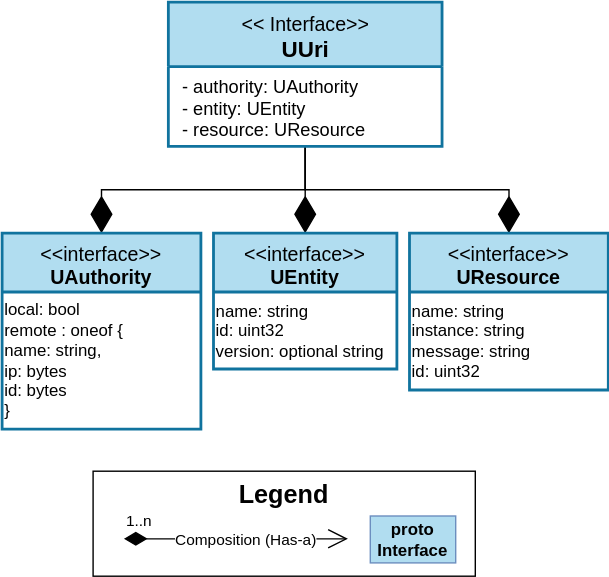
Before: basics/uuri.drawio.svg, a diagram exported from draw.io (eclipse-uprotocol/up-spec). Source tidied: cells renumbered, new cells last; positions are measured from the earlier drawing's top-left corner, leaving out a move shared by most shapes.
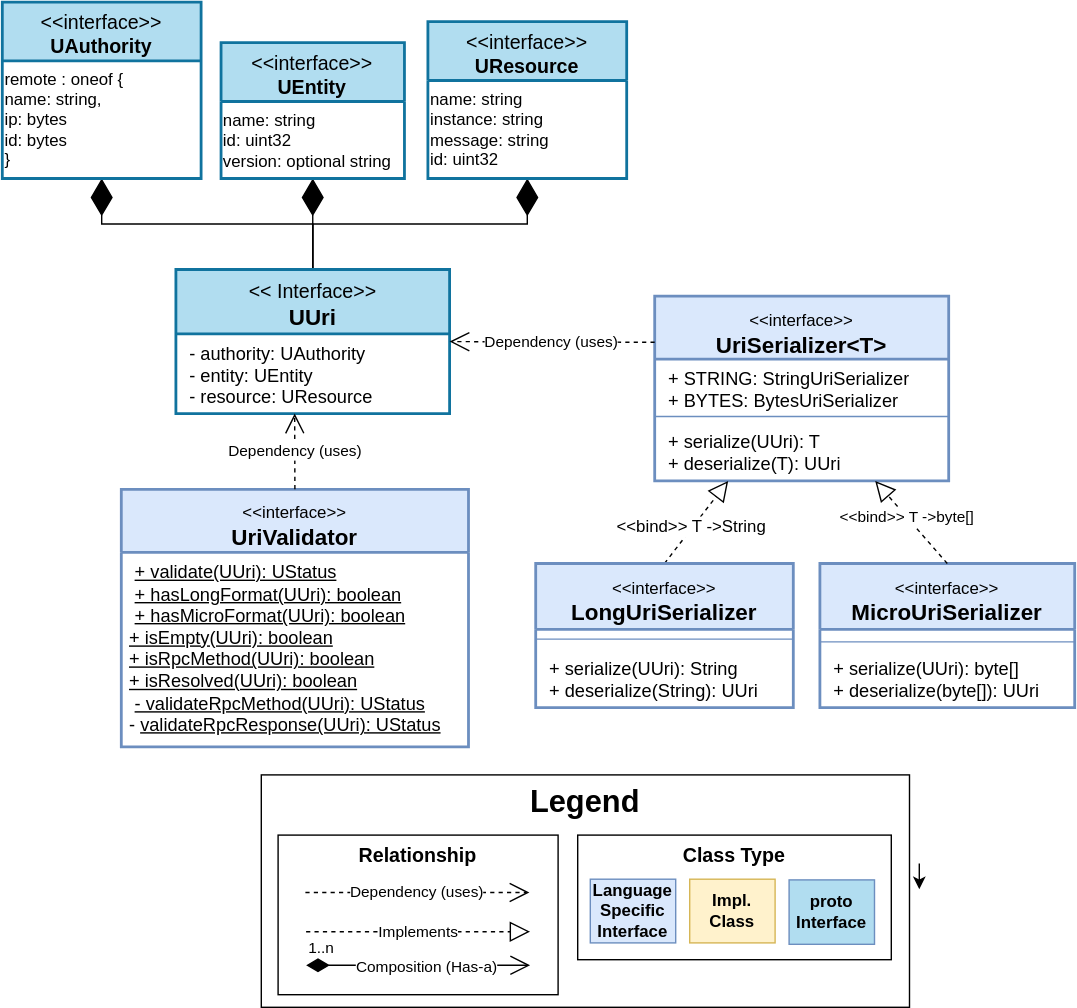
Later version of the same file.

Diff of the diagram source:
```diff
@@ -2,53 +2,137 @@
   <root>
     <mxCell id="0" />
     <mxCell id="1" parent="0" />
-    <mxCell id="2" value="&lt;b style=&quot;font-size: 18px;&quot;&gt;&lt;font style=&quot;font-size: 18px;&quot;&gt;Legend&lt;/font&gt;&lt;/b&gt;" style="rounded=0;whiteSpace=wrap;html=1;verticalAlign=top;fontSize=18;fontColor=#000000;fillColor=#FFFFFF;strokeColor=#000000;align=center;" parent="1" vertex="1">
-      <mxGeometry x="65" y="335" width="273" height="75" as="geometry" />
-    </mxCell>
-    <mxCell id="3" value="1..n" style="endArrow=open;html=1;endSize=12;startArrow=diamondThin;startSize=14;startFill=1;edgeStyle=orthogonalEdgeStyle;align=left;verticalAlign=bottom;rounded=0;fontColor=#000000;labelBackgroundColor=#FFFFFF;strokeColor=#000000;" parent="1" edge="1">
-      <mxGeometry x="-1" y="3" relative="1" as="geometry">
-        <mxPoint x="87" y="383.3" as="sourcePoint" />
-        <mxPoint x="247" y="383.3" as="targetPoint" />
-      </mxGeometry>
-    </mxCell>
-    <mxCell id="4" value="Composition (Has-a)" style="edgeLabel;html=1;align=center;verticalAlign=middle;fontColor=#000000;labelBackgroundColor=#FFFFFF;" parent="3" vertex="1">
-      <mxGeometry x="0.07" relative="1" as="geometry" />
-    </mxCell>
-    <mxCell id="5" style="endArrow=diamondThin;endFill=1;endSize=24;html=1;rounded=0;exitX=0.5;exitY=1;exitDx=0;exitDy=0;entryX=0.5;entryY=0;entryDx=0;entryDy=0;edgeStyle=orthogonalEdgeStyle;fontColor=#000000;strokeColor=#000000;" parent="1" edge="1" source="10" target="13">
+    <mxCell id="5" style="endArrow=diamondThin;endFill=1;endSize=24;html=1;rounded=0;exitX=0.5;exitY=0;exitDx=0;exitDy=0;entryX=0.5;entryY=1;entryDx=0;entryDy=0;edgeStyle=orthogonalEdgeStyle;fontColor=#000000;strokeColor=#000000;" parent="1" edge="1" source="10" target="13">
       <mxGeometry relative="1" as="geometry" />
     </mxCell>
-    <mxCell id="6" style="endArrow=diamondThin;endFill=1;endSize=24;html=1;rounded=0;entryX=0.5;entryY=0;entryDx=0;entryDy=0;jumpStyle=none;exitX=0.5;exitY=1;exitDx=0;exitDy=0;fontColor=#000000;strokeColor=#000000;edgeStyle=orthogonalEdgeStyle;" parent="1" edge="1" source="10" target="8">
+    <mxCell id="6" style="endArrow=diamondThin;endFill=1;endSize=24;html=1;rounded=0;entryX=0.5;entryY=1;entryDx=0;entryDy=0;jumpStyle=none;exitX=0.5;exitY=0;exitDx=0;exitDy=0;fontColor=#000000;strokeColor=#000000;edgeStyle=orthogonalEdgeStyle;" parent="1" edge="1" source="10" target="8">
       <mxGeometry relative="1" as="geometry" />
     </mxCell>
-    <mxCell id="7" style="endArrow=diamondThin;endFill=1;endSize=24;html=1;rounded=0;entryX=0.5;entryY=0;entryDx=0;entryDy=0;exitX=0.5;exitY=1;exitDx=0;exitDy=0;fontColor=#000000;strokeColor=#000000;edgeStyle=orthogonalEdgeStyle;" parent="1" edge="1" source="10" target="15">
+    <mxCell id="7" style="endArrow=diamondThin;endFill=1;endSize=24;html=1;rounded=0;entryX=0.5;entryY=1;entryDx=0;entryDy=0;exitX=0.5;exitY=0;exitDx=0;exitDy=0;fontColor=#000000;strokeColor=#000000;edgeStyle=orthogonalEdgeStyle;" parent="1" edge="1" source="10" target="15">
       <mxGeometry relative="1" as="geometry" />
     </mxCell>
     <mxCell id="8" value="&lt;font style=&quot;font-size: 14px;&quot;&gt;&lt;span style=&quot;font-weight: normal;&quot;&gt;&amp;lt;&amp;lt;interface&amp;gt;&amp;gt;&lt;/span&gt;&lt;br&gt;UAuthority&lt;/font&gt;" style="swimlane;fontStyle=1;align=center;verticalAlign=top;horizontal=1;startSize=42;whiteSpace=wrap;html=1;labelBackgroundColor=none;fillColor=#B1DDF0;strokeColor=#10739E;fontColor=#000000;strokeWidth=2;" parent="1" vertex="1">
-      <mxGeometry y="165" width="142" height="140" as="geometry" />
+      <mxGeometry x="-261" y="268" width="142" height="126" as="geometry" />
     </mxCell>
-    <mxCell id="9" value="&lt;div style=&quot;&quot;&gt;local: bool&lt;/div&gt;&lt;div style=&quot;&quot;&gt;&lt;span style=&quot;background-color: initial;&quot;&gt;remote : oneof {&lt;/span&gt;&lt;/div&gt;&lt;div style=&quot;&quot;&gt;&lt;span style=&quot;background-color: initial;&quot;&gt;&amp;nbsp; &amp;nbsp; name: string,&lt;/span&gt;&lt;/div&gt;&lt;div style=&quot;&quot;&gt;&amp;nbsp; &amp;nbsp; ip: bytes&lt;/div&gt;&lt;div style=&quot;&quot;&gt;&amp;nbsp; &amp;nbsp; id: bytes&lt;/div&gt;&lt;div style=&quot;&quot;&gt;}&lt;/div&gt;" style="text;html=1;align=left;verticalAlign=middle;strokeColor=none;fillColor=none;fontColor=#000000;" parent="8" vertex="1">
-      <mxGeometry y="42" width="142" height="98" as="geometry" />
+    <mxCell id="9" value="&lt;div style=&quot;&quot;&gt;&lt;span style=&quot;background-color: initial;&quot;&gt;remote : oneof {&lt;/span&gt;&lt;br&gt;&lt;/div&gt;&lt;div style=&quot;&quot;&gt;&lt;span style=&quot;background-color: initial;&quot;&gt;&amp;nbsp; &amp;nbsp; name: string,&lt;/span&gt;&lt;/div&gt;&lt;div style=&quot;&quot;&gt;&amp;nbsp; &amp;nbsp; ip: bytes&lt;/div&gt;&lt;div style=&quot;&quot;&gt;&amp;nbsp; &amp;nbsp; id: bytes&lt;/div&gt;&lt;div style=&quot;&quot;&gt;}&lt;/div&gt;" style="text;html=1;align=left;verticalAlign=middle;strokeColor=none;fillColor=none;fontColor=#000000;" parent="8" vertex="1">
+      <mxGeometry y="42" width="142" height="84" as="geometry" />
     </mxCell>
     <mxCell id="10" value="&lt;font style=&quot;&quot;&gt;&lt;span style=&quot;font-weight: normal;&quot;&gt;&lt;font style=&quot;font-size: 14px;&quot;&gt;&amp;lt;&amp;lt; Interface&amp;gt;&amp;gt;&lt;/font&gt;&lt;/span&gt;&lt;br&gt;&lt;span style=&quot;font-size: 16px;&quot;&gt;UUri&lt;/span&gt;&lt;/font&gt;" style="swimlane;fontStyle=1;align=center;verticalAlign=top;horizontal=1;startSize=46;whiteSpace=wrap;html=1;fillColor=#B1DDF0;strokeColor=#10739e;fontSize=15;strokeWidth=2;fontColor=#000000;" parent="1" vertex="1">
-      <mxGeometry x="118.8" width="195.5" height="103" as="geometry" />
+      <mxGeometry x="-137" y="459" width="195.5" height="103" as="geometry" />
     </mxCell>
     <mxCell id="11" value="&lt;p style=&quot;border-color: var(--border-color); margin: 0px 0px 0px 4px; font-size: 13px;&quot;&gt;- authority: UAuthority&lt;/p&gt;&lt;p style=&quot;border-color: var(--border-color); margin: 0px 0px 0px 4px; font-size: 13px;&quot;&gt;- entity: UEntity&lt;/p&gt;&lt;p style=&quot;border-color: var(--border-color); margin: 0px 0px 0px 4px; font-size: 13px;&quot;&gt;- resource: UResource&lt;/p&gt;" style="text;strokeColor=none;fillColor=none;align=left;verticalAlign=top;spacingLeft=4;spacingRight=4;overflow=hidden;points=[[0,0.5],[1,0.5]];portConstraint=eastwest;whiteSpace=wrap;html=1;fontColor=#000000;fontSize=13;" parent="10" vertex="1">
       <mxGeometry y="46" width="195.5" height="57" as="geometry" />
     </mxCell>
-    <mxCell id="12" value="proto Interface" style="rounded=0;whiteSpace=wrap;html=1;fontStyle=1;fontSize=12;fillColor=#B1DDF0;strokeColor=#6c8ebf;fontColor=#000000;" parent="1" vertex="1">
-      <mxGeometry x="263" y="367" width="61" height="33.5" as="geometry" />
-    </mxCell>
     <mxCell id="13" value="&lt;font style=&quot;font-size: 14px;&quot;&gt;&lt;span style=&quot;font-weight: normal;&quot;&gt;&amp;lt;&amp;lt;interface&amp;gt;&amp;gt;&lt;/span&gt;&lt;br&gt;UEntity&lt;/font&gt;" style="swimlane;fontStyle=1;align=center;verticalAlign=top;horizontal=1;startSize=42;whiteSpace=wrap;html=1;labelBackgroundColor=none;fillColor=#B1DDF0;strokeColor=#10739E;fontColor=#000000;strokeWidth=2;" parent="1" vertex="1">
-      <mxGeometry x="151" y="165" width="131" height="97" as="geometry" />
+      <mxGeometry x="-104.8" y="297" width="131" height="97" as="geometry" />
     </mxCell>
     <mxCell id="14" value="name: string&lt;br&gt;id: uint32&lt;br&gt;version: optional string" style="text;html=1;align=left;verticalAlign=middle;strokeColor=none;fillColor=none;fontColor=#000000;" parent="13" vertex="1">
       <mxGeometry y="42" width="131" height="55" as="geometry" />
     </mxCell>
     <mxCell id="15" value="&lt;font style=&quot;font-size: 14px;&quot;&gt;&lt;span style=&quot;font-weight: normal;&quot;&gt;&amp;lt;&amp;lt;interface&amp;gt;&amp;gt;&lt;/span&gt;&lt;br&gt;UResource&lt;/font&gt;" style="swimlane;fontStyle=1;align=center;verticalAlign=top;horizontal=1;startSize=42;whiteSpace=wrap;html=1;labelBackgroundColor=none;fillColor=#B1DDF0;strokeColor=#10739E;fontColor=#000000;strokeWidth=2;" parent="1" vertex="1">
-      <mxGeometry x="291" y="165" width="142" height="112" as="geometry" />
+      <mxGeometry x="43" y="282" width="142" height="112" as="geometry" />
     </mxCell>
     <mxCell id="16" value="&lt;div style=&quot;&quot;&gt;name: string&lt;/div&gt;&lt;div style=&quot;&quot;&gt;instance: string&lt;/div&gt;&lt;div style=&quot;&quot;&gt;message: string&lt;/div&gt;&lt;div style=&quot;&quot;&gt;id: uint32&lt;/div&gt;" style="text;html=1;align=left;verticalAlign=middle;strokeColor=none;fillColor=none;fontColor=#000000;" parent="15" vertex="1">
       <mxGeometry y="42" width="142" height="70" as="geometry" />
     </mxCell>
+    <mxCell id="2" value="&lt;b style=&quot;font-size: 22px;&quot;&gt;&lt;font style=&quot;font-size: 22px;&quot;&gt;Legend&lt;/font&gt;&lt;/b&gt;" style="rounded=0;whiteSpace=wrap;html=1;verticalAlign=top;fontSize=22;fontColor=#000000;fillColor=#FFFFFF;strokeColor=#000000;align=center;" parent="1" vertex="1">
+      <mxGeometry x="-76" y="820" width="463" height="166" as="geometry" />
+    </mxCell>
+    <mxCell id="17" value="&lt;b style=&quot;font-size: 14px;&quot;&gt;&lt;font style=&quot;font-size: 14px;&quot;&gt;Class Type&lt;/font&gt;&lt;/b&gt;" style="rounded=0;whiteSpace=wrap;html=1;verticalAlign=top;fontSize=14;fontColor=#000000;strokeColor=#000000;fillColor=#FFFFFF;" parent="1" vertex="1">
+      <mxGeometry x="150" y="863" width="224" height="89" as="geometry" />
+    </mxCell>
+    <mxCell id="18" value="Impl. Class" style="rounded=0;whiteSpace=wrap;html=1;fontStyle=1;fontSize=12;fillColor=#fff2cc;strokeColor=#d6b656;fontColor=#000000;" parent="1" vertex="1">
+      <mxGeometry x="230" y="894.5" width="61" height="45.5" as="geometry" />
+    </mxCell>
+    <mxCell id="19" value="Language Specific Interface" style="rounded=0;whiteSpace=wrap;html=1;fontStyle=1;fontSize=12;fillColor=#dae8fc;strokeColor=#6c8ebf;fontColor=#000000;" parent="1" vertex="1">
+      <mxGeometry x="159" y="894.5" width="61" height="45.5" as="geometry" />
+    </mxCell>
+    <mxCell id="20" value="&lt;b style=&quot;font-size: 14px;&quot;&gt;&lt;font style=&quot;font-size: 14px;&quot;&gt;Relationship&lt;/font&gt;&lt;/b&gt;" style="rounded=0;whiteSpace=wrap;html=1;verticalAlign=top;fontSize=14;fontColor=#000000;fillColor=#FFFFFF;strokeColor=#000000;" parent="1" vertex="1">
+      <mxGeometry x="-64" y="863" width="200" height="114" as="geometry" />
+    </mxCell>
+    <mxCell id="21" value="Implements" style="endArrow=block;dashed=1;endFill=0;endSize=12;html=1;rounded=0;fontColor=#000000;labelBackgroundColor=#FFFFFF;strokeColor=#000000;" parent="1" edge="1">
+      <mxGeometry relative="1" as="geometry">
+        <mxPoint x="-44" y="932" as="sourcePoint" />
+        <mxPoint x="116" y="932" as="targetPoint" />
+      </mxGeometry>
+    </mxCell>
+    <mxCell id="22" value="Dependency (uses)" style="endArrow=open;endSize=12;dashed=1;html=1;rounded=0;fontColor=#000000;labelBackgroundColor=#FFFFFF;strokeColor=#000000;" parent="1" edge="1">
+      <mxGeometry relative="1" as="geometry">
+        <mxPoint x="-44.5" y="904" as="sourcePoint" />
+        <mxPoint x="115.5" y="904" as="targetPoint" />
+      </mxGeometry>
+    </mxCell>
+    <mxCell id="23" value="&lt;font style=&quot;font-size: 16px;&quot;&gt;&lt;span style=&quot;font-size: 12px; font-weight: 400;&quot;&gt;&amp;lt;&amp;lt;interface&amp;gt;&amp;gt;&lt;br&gt;&lt;/span&gt;UriSerializer&amp;lt;T&amp;gt;&lt;/font&gt;" style="swimlane;fontStyle=1;align=center;verticalAlign=top;horizontal=1;startSize=45;whiteSpace=wrap;html=1;fillColor=#dae8fc;strokeColor=#6c8ebf;fontSize=15;fontColor=#000000;strokeWidth=2;" parent="1" vertex="1">
+      <mxGeometry x="205" y="478" width="210" height="132" as="geometry" />
+    </mxCell>
+    <mxCell id="24" value="&lt;p style=&quot;border-color: var(--border-color); margin: 0px 0px 0px 4px; font-size: 13px;&quot;&gt;+ STRING: StringUriSerializer&lt;/p&gt;&lt;p style=&quot;border-color: var(--border-color); margin: 0px 0px 0px 4px; font-size: 13px;&quot;&gt;+ BYTES: BytesUriSerializer&lt;/p&gt;" style="text;strokeColor=none;fillColor=none;align=left;verticalAlign=top;spacingLeft=4;spacingRight=4;overflow=hidden;whiteSpace=wrap;html=1;fontColor=#000000;fontSize=13;" parent="23" vertex="1">
+      <mxGeometry y="45" width="210" height="37" as="geometry" />
+    </mxCell>
+    <mxCell id="25" style="line;strokeWidth=1;fillColor=none;align=left;verticalAlign=middle;spacingTop=-1;spacingLeft=3;spacingRight=3;labelPosition=right;strokeColor=inherit;fontColor=#000000;" parent="23" vertex="1">
+      <mxGeometry y="82" width="210" height="8" as="geometry" />
+    </mxCell>
+    <mxCell id="26" value="&lt;p style=&quot;border-color: var(--border-color); margin: 0px 0px 0px 4px; font-size: 13px;&quot;&gt;&lt;span style=&quot;background-color: initial; font-size: 13px;&quot;&gt;+ serialize(UUri): T&lt;/span&gt;&lt;br style=&quot;font-size: 13px;&quot;&gt;&lt;/p&gt;&lt;p style=&quot;border-color: var(--border-color); margin: 0px 0px 0px 4px; font-size: 13px;&quot;&gt;+ deserialize(T): UUri&lt;/p&gt;&lt;p style=&quot;border-color: var(--border-color); margin: 0px 0px 0px 4px; font-size: 13px;&quot;&gt;&lt;br style=&quot;font-size: 13px;&quot;&gt;&lt;/p&gt;" style="text;strokeColor=none;fillColor=none;align=left;verticalAlign=top;spacingLeft=4;spacingRight=4;overflow=hidden;whiteSpace=wrap;html=1;fontColor=#000000;fontSize=13;" parent="23" vertex="1">
+      <mxGeometry y="90" width="210" height="42" as="geometry" />
+    </mxCell>
+    <mxCell id="27" style="endArrow=block;dashed=1;endFill=0;endSize=12;html=1;rounded=0;exitX=0.5;exitY=0;exitDx=0;exitDy=0;fontColor=#000000;strokeColor=#000000;entryX=0.25;entryY=1;entryDx=0;entryDy=0;" parent="1" edge="1" source="29" target="23">
+      <mxGeometry relative="1" as="geometry" />
+    </mxCell>
+    <mxCell id="28" value="&amp;lt;&amp;lt;bind&amp;gt;&amp;gt; T -&amp;gt;String" style="edgeLabel;html=1;align=center;verticalAlign=middle;fontSize=12;fontColor=#000000;labelBackgroundColor=#FFFFFF;" parent="27" vertex="1">
+      <mxGeometry x="-0.14" y="2" relative="1" as="geometry" />
+    </mxCell>
+    <mxCell id="29" value="&lt;font style=&quot;font-size: 16px;&quot;&gt;&lt;span style=&quot;font-size: 12px; font-weight: 400;&quot;&gt;&amp;lt;&amp;lt;interface&amp;gt;&amp;gt;&lt;br&gt;&lt;/span&gt;LongUriSerializer&lt;/font&gt;" style="swimlane;fontStyle=1;align=center;verticalAlign=top;horizontal=1;startSize=47;whiteSpace=wrap;html=1;fillColor=#dae8fc;strokeColor=#6c8ebf;fontSize=15;fontColor=#000000;strokeWidth=2;" parent="1" vertex="1">
+      <mxGeometry x="120" y="669" width="184" height="103" as="geometry" />
+    </mxCell>
+    <mxCell id="30" style="line;strokeWidth=1;fillColor=none;align=left;verticalAlign=middle;spacingTop=-1;spacingLeft=3;spacingRight=3;labelPosition=right;strokeColor=inherit;fontColor=#000000;" parent="29" vertex="1">
+      <mxGeometry y="47" width="184" height="14" as="geometry" />
+    </mxCell>
+    <mxCell id="31" value="&lt;p style=&quot;border-color: var(--border-color); margin: 0px 0px 0px 4px; font-size: 13px;&quot;&gt;&lt;span style=&quot;background-color: initial; font-size: 13px;&quot;&gt;+ serialize(UUri): String&lt;/span&gt;&lt;br style=&quot;font-size: 13px;&quot;&gt;&lt;/p&gt;&lt;p style=&quot;border-color: var(--border-color); margin: 0px 0px 0px 4px; font-size: 13px;&quot;&gt;+ deserialize(String): UUri&lt;/p&gt;" style="text;strokeColor=none;fillColor=none;align=left;verticalAlign=top;spacingLeft=4;spacingRight=4;overflow=hidden;whiteSpace=wrap;html=1;fontColor=#000000;fontSize=13;" parent="29" vertex="1">
+      <mxGeometry y="61" width="184" height="42" as="geometry" />
+    </mxCell>
+    <mxCell id="32" value="&lt;font style=&quot;font-size: 16px;&quot;&gt;&lt;span style=&quot;font-size: 12px; font-weight: 400;&quot;&gt;&amp;lt;&amp;lt;interface&amp;gt;&amp;gt;&lt;br&gt;&lt;/span&gt;MicroUriSerializer&lt;/font&gt;" style="swimlane;fontStyle=1;align=center;verticalAlign=top;horizontal=1;startSize=47;whiteSpace=wrap;html=1;fillColor=#dae8fc;strokeColor=#6c8ebf;fontSize=15;fontColor=#000000;strokeWidth=2;" parent="1" vertex="1">
+      <mxGeometry x="323" y="669" width="182" height="103" as="geometry" />
+    </mxCell>
+    <mxCell id="33" value="&lt;p style=&quot;border-color: var(--border-color); margin: 0px 0px 0px 4px;&quot;&gt;&lt;br&gt;&lt;/p&gt;" style="text;strokeColor=none;fillColor=none;align=left;verticalAlign=top;spacingLeft=4;spacingRight=4;overflow=hidden;whiteSpace=wrap;html=1;fontColor=#000000;" parent="32" vertex="1">
+      <mxGeometry y="47" width="182" height="4" as="geometry" />
+    </mxCell>
+    <mxCell id="34" style="line;strokeWidth=1;fillColor=none;align=left;verticalAlign=middle;spacingTop=-1;spacingLeft=3;spacingRight=3;labelPosition=right;strokeColor=inherit;fontColor=#000000;" parent="32" vertex="1">
+      <mxGeometry y="51" width="182" height="10" as="geometry" />
+    </mxCell>
+    <mxCell id="35" value="&lt;p style=&quot;border-color: var(--border-color); margin: 0px 0px 0px 4px; font-size: 13px;&quot;&gt;&lt;span style=&quot;background-color: initial; font-size: 13px;&quot;&gt;+ serialize(UUri): byte[]&lt;/span&gt;&lt;br style=&quot;font-size: 13px;&quot;&gt;&lt;/p&gt;&lt;p style=&quot;border-color: var(--border-color); margin: 0px 0px 0px 4px; font-size: 13px;&quot;&gt;+ deserialize(byte[]): UUri&lt;/p&gt;" style="text;strokeColor=none;fillColor=none;align=left;verticalAlign=top;spacingLeft=4;spacingRight=4;overflow=hidden;whiteSpace=wrap;html=1;fontColor=#000000;fontSize=13;" parent="32" vertex="1">
+      <mxGeometry y="61" width="182" height="42" as="geometry" />
+    </mxCell>
+    <mxCell id="36" value="&amp;lt;&amp;lt;bind&amp;gt;&amp;gt; T -&amp;gt;byte[]" style="endArrow=block;dashed=1;endFill=0;endSize=12;html=1;rounded=0;exitX=0.5;exitY=0;exitDx=0;exitDy=0;entryX=0.75;entryY=1;entryDx=0;entryDy=0;fontColor=#000000;strokeColor=#000000;labelBackgroundColor=#FFFFFF;" parent="1" edge="1" source="32" target="23">
+      <mxGeometry x="0.13" relative="1" as="geometry" />
+    </mxCell>
+    <mxCell id="37" value="Dependency (uses)" style="endArrow=open;endSize=12;dashed=1;html=1;rounded=0;entryX=1;entryY=0.5;entryDx=0;entryDy=0;fontColor=#000000;strokeColor=#000000;labelBackgroundColor=#FFFFFF;exitX=0;exitY=0.25;exitDx=0;exitDy=0;" parent="1" edge="1" source="23" target="10">
+      <mxGeometry relative="1" as="geometry" />
+    </mxCell>
+    <mxCell id="12" value="proto Interface" style="rounded=0;whiteSpace=wrap;html=1;fontStyle=1;fontSize=12;fillColor=#B1DDF0;strokeColor=#6c8ebf;fontColor=#000000;" parent="1" vertex="1">
+      <mxGeometry x="301" y="895" width="61" height="46" as="geometry" />
+    </mxCell>
+    <mxCell id="38" value="&lt;font style=&quot;&quot;&gt;&lt;font style=&quot;font-size: 12px;&quot;&gt;&lt;span style=&quot;font-weight: normal;&quot;&gt;&amp;lt;&amp;lt;interface&amp;gt;&amp;gt;&lt;/span&gt;&lt;br&gt;&lt;/font&gt;&lt;span style=&quot;font-size: 16px;&quot;&gt;UriValidator&lt;/span&gt;&lt;br&gt;&lt;/font&gt;" style="swimlane;fontStyle=1;align=center;verticalAlign=top;horizontal=1;startSize=45;whiteSpace=wrap;html=1;fillColor=#dae8fc;strokeColor=#6c8ebf;fontSize=15;fontColor=#000000;strokeWidth=2;" parent="1" vertex="1">
+      <mxGeometry x="-176" y="616" width="248" height="184" as="geometry" />
+    </mxCell>
+    <mxCell id="39" value="&lt;p style=&quot;border-color: var(--border-color); margin: 0px 0px 0px 4px;&quot;&gt;&lt;u&gt;&lt;span style=&quot;background-color: initial;&quot;&gt;+ validate(UUri): UStatus&lt;/span&gt;&lt;br&gt;&lt;/u&gt;&lt;/p&gt;&lt;p style=&quot;border-color: var(--border-color); margin: 0px 0px 0px 4px;&quot;&gt;&lt;u&gt;&lt;span style=&quot;background-color: initial;&quot;&gt;+ hasLongFormat(UUri): boolean&lt;/span&gt;&lt;br&gt;&lt;/u&gt;&lt;/p&gt;&lt;p style=&quot;border-color: var(--border-color); margin: 0px 0px 0px 4px;&quot;&gt;&lt;u&gt;+ hasMicroFormat(UUri): boolean&lt;/u&gt;&lt;/p&gt;&lt;div&gt;&lt;span style=&quot;background-color: initial;&quot;&gt;&amp;nbsp;&lt;u&gt;+ isEmpty(UUri): boolean&lt;/u&gt;&lt;/span&gt;&lt;br&gt;&lt;/div&gt;&lt;div&gt;&amp;nbsp;&lt;u&gt;+ isRpcMethod(UUri): boolean&lt;/u&gt;&lt;/div&gt;&lt;div&gt;&amp;nbsp;&lt;u&gt;+ isResolved(UUri): boolean&lt;/u&gt;&lt;/div&gt;&lt;p style=&quot;border-color: var(--border-color); margin: 0px 0px 0px 4px;&quot;&gt;&lt;u&gt;- validateRpcMethod(UUri): UStatus&lt;/u&gt;&lt;/p&gt;&lt;div&gt;&lt;span style=&quot;background-color: initial;&quot;&gt;&amp;nbsp;-&lt;u&gt;&amp;nbsp;validateRpcResponse(UUri): UStatus&lt;/u&gt;&lt;/span&gt;&lt;br&gt;&lt;/div&gt;&lt;div&gt;&lt;br&gt;&lt;/div&gt;" style="text;strokeColor=none;fillColor=none;align=left;verticalAlign=top;spacingLeft=4;spacingRight=4;overflow=hidden;whiteSpace=wrap;html=1;fontColor=#000000;fontSize=13;" parent="38" vertex="1">
+      <mxGeometry y="45" width="248" height="139" as="geometry" />
+    </mxCell>
+    <mxCell id="40" value="Dependency (uses)" style="endArrow=open;endSize=12;dashed=1;html=1;rounded=0;fontColor=#000000;strokeColor=#000000;labelBackgroundColor=#FFFFFF;exitX=0.5;exitY=0;exitDx=0;exitDy=0;entryX=0.434;entryY=0.998;entryDx=0;entryDy=0;entryPerimeter=0;" parent="1" edge="1" source="38" target="11">
+      <mxGeometry relative="1" as="geometry" />
+    </mxCell>
+    <mxCell id="41" style="edgeStyle=none;html=1;" parent="1" edge="1">
+      <mxGeometry relative="1" as="geometry">
+        <mxPoint x="394" y="883.3" as="sourcePoint" />
+        <mxPoint x="394" y="901.7" as="targetPoint" />
+      </mxGeometry>
+    </mxCell>
+    <mxCell id="3" value="1..n" style="endArrow=open;html=1;endSize=12;startArrow=diamondThin;startSize=14;startFill=1;edgeStyle=orthogonalEdgeStyle;align=left;verticalAlign=bottom;rounded=0;fontColor=#000000;labelBackgroundColor=#FFFFFF;strokeColor=#000000;" parent="1" edge="1">
+      <mxGeometry x="-1" y="3" relative="1" as="geometry">
+        <mxPoint x="-44" y="956" as="sourcePoint" />
+        <mxPoint x="116" y="956" as="targetPoint" />
+      </mxGeometry>
+    </mxCell>
+    <mxCell id="4" value="Composition (Has-a)" style="edgeLabel;html=1;align=center;verticalAlign=middle;fontColor=#000000;labelBackgroundColor=#FFFFFF;" parent="3" vertex="1">
+      <mxGeometry x="0.07" relative="1" as="geometry" />
+    </mxCell>
   </root>
 </mxGraphModel>
```
